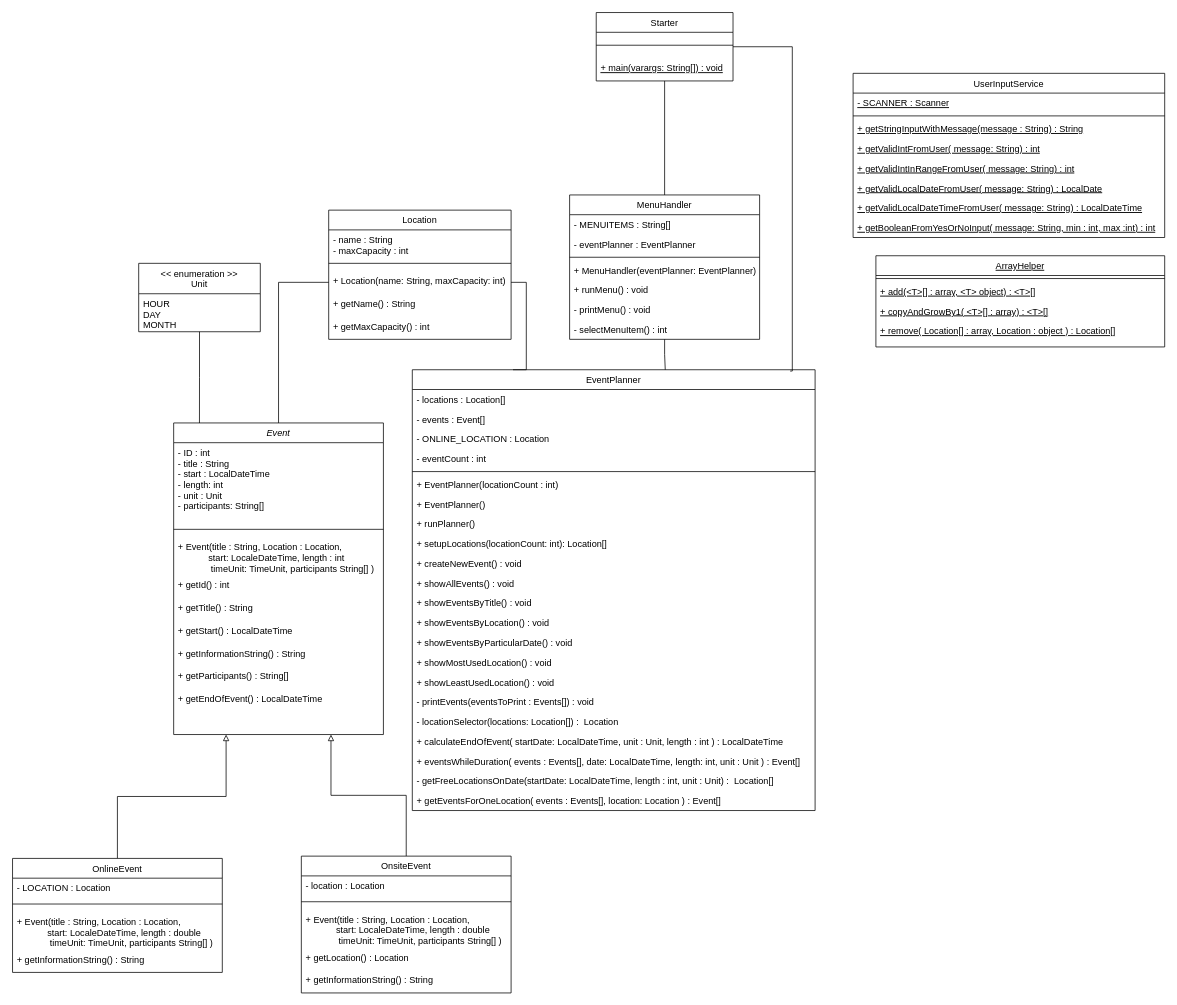
The draw.io diagram doc/UML.drawio in julix14/becker-co1-assignment-02, before the edit. Source tidied: cells renumbered, new cells numbered last; positions are measured from the earlier drawing's top-left corner, leaving out a move shared by most shapes. Both pictures are drawn from the tidied source at 76%, with x=0, y=0 at pixel (12, 12).
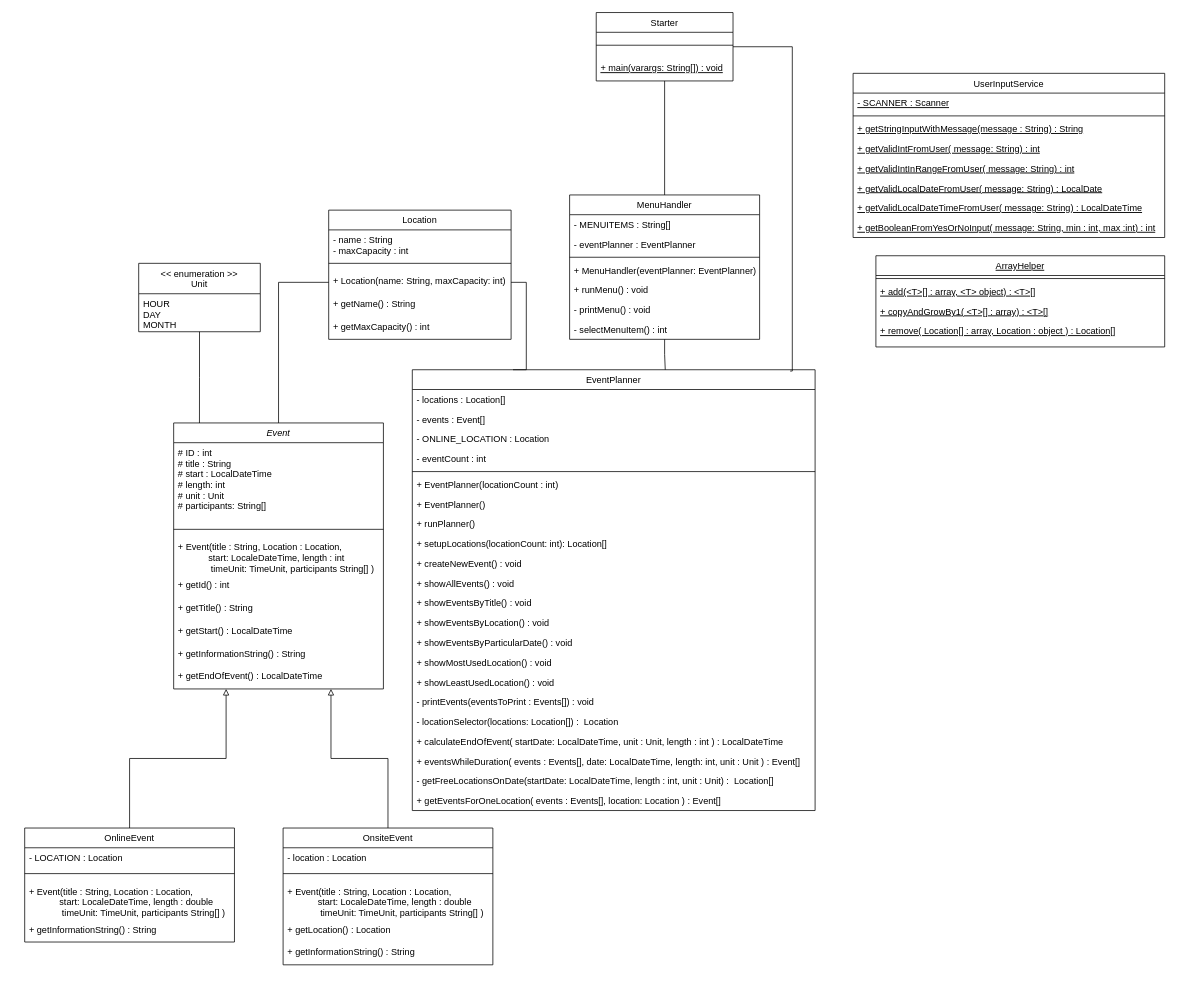
The same diagram, later.

The edit, as a diff of the source:
```diff
@@
     <mxCell id="35" value="Event" style="swimlane;fontStyle=2;align=center;verticalAlign=top;horizontal=1;startSize=26;rounded=0;shadow=0;strokeWidth=1;" parent="1" vertex="1">
-      <mxGeometry x="212" y="540" width="276" height="410" as="geometry" />
+      <mxGeometry x="212" y="540" width="276" height="350" as="geometry" />
     </mxCell>
-    <mxCell id="36" value="- ID : int&#10;- title : String&#10;- start : LocalDateTime&#10;- length: int&#10;- unit : Unit&#10;- participants: String[]" style="text;align=left;verticalAlign=top;spacingLeft=4;spacingRight=4;overflow=hidden;" parent="35" vertex="1">
+    <mxCell id="36" value="# ID : int&#10;# title : String&#10;# start : LocalDateTime&#10;# length: int&#10;# unit : Unit&#10;# participants: String[]" style="text;align=left;verticalAlign=top;spacingLeft=4;spacingRight=4;overflow=hidden;" parent="35" vertex="1">
       <mxGeometry y="26" width="276" height="104" as="geometry" />
     </mxCell>
@@
-    <mxCell id="43" value="+ getParticipants() : String[]" style="text;align=left;verticalAlign=top;spacingLeft=4;spacingRight=4;overflow=hidden;" parent="35" vertex="1">
-      <mxGeometry y="320" width="276" height="30" as="geometry" />
-    </mxCell>
     <mxCell id="44" value="+ getEndOfEvent() : LocalDateTime" style="text;align=left;verticalAlign=top;spacingLeft=4;spacingRight=4;overflow=hidden;" parent="35" vertex="1">
-      <mxGeometry y="350" width="276" height="30" as="geometry" />
+      <mxGeometry y="320" width="276" height="30" as="geometry" />
     </mxCell>
@@
     <mxCell id="60" value="OnsiteEvent" style="swimlane;fontStyle=0;align=center;verticalAlign=top;horizontal=1;startSize=26;rounded=0;shadow=0;strokeWidth=1;" parent="1" vertex="1">
-      <mxGeometry x="380" y="1110" width="276" height="180" as="geometry" />
+      <mxGeometry x="356" y="1073" width="276" height="180" as="geometry" />
     </mxCell>
@@
     <mxCell id="67" value="OnlineEvent" style="swimlane;fontStyle=0;align=center;verticalAlign=top;horizontal=1;startSize=26;rounded=0;shadow=0;strokeWidth=1;" parent="1" vertex="1">
-      <mxGeometry y="1113" width="276" height="150" as="geometry" />
+      <mxGeometry x="16" y="1073" width="276" height="150" as="geometry" />
     </mxCell>
```
